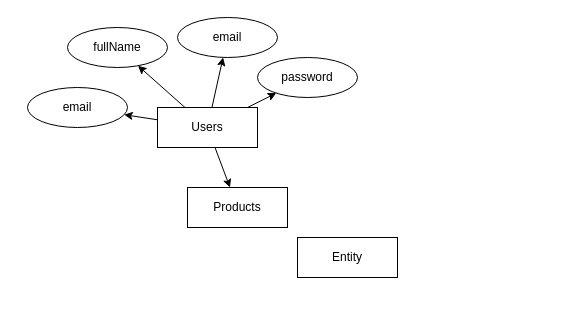
Earlier version of the draw.io diagram architecture/entities.drawio (Grupo-9-MisionTic/Jtech). Source tidied: cells renumbered, new cells numbered last; positions are measured from the earlier drawing's top-left corner, leaving out a move shared by most shapes. Both pictures are drawn from the tidied source at 100%, with x=0, y=0 at pixel (27, 17).
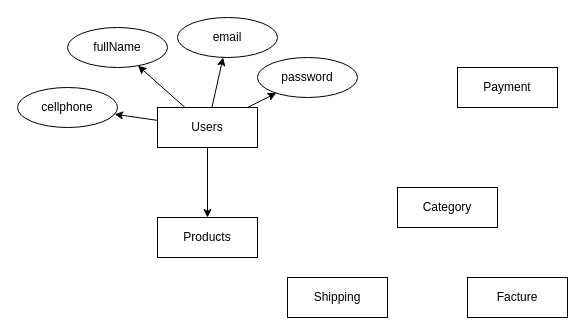
The same page after the edit.

Diff of the diagram source:
```diff
@@
 <mxGraphModel>
   <root>
     <mxCell id="0" />
     <mxCell id="1" parent="0" />
     <mxCell id="2" style="edgeStyle=none;html=1;" parent="1" edge="1" source="7" target="9">
       <mxGeometry relative="1" as="geometry" />
     </mxCell>
     <mxCell id="3" style="edgeStyle=none;html=1;" parent="1" edge="1" source="7" target="10">
       <mxGeometry relative="1" as="geometry" />
     </mxCell>
     <mxCell id="4" style="edgeStyle=none;html=1;" parent="1" edge="1" source="7" target="11">
       <mxGeometry relative="1" as="geometry" />
     </mxCell>
     <mxCell id="5" style="edgeStyle=none;html=1;" parent="1" edge="1" source="7" target="12">
       <mxGeometry relative="1" as="geometry" />
     </mxCell>
     <mxCell id="6" style="edgeStyle=none;html=1;" parent="1" edge="1" source="7" target="13">
       <mxGeometry relative="1" as="geometry" />
     </mxCell>
     <mxCell id="7" value="Users" style="whiteSpace=wrap;html=1;align=center;" parent="1" vertex="1">
       <mxGeometry x="130" y="90" width="100" height="40" as="geometry" />
     </mxCell>
-    <mxCell id="8" value="Entity" style="whiteSpace=wrap;html=1;align=center;" parent="1" vertex="1">
-      <mxGeometry x="270" y="220" width="100" height="40" as="geometry" />
+    <mxCell id="8" value="Category" style="whiteSpace=wrap;html=1;align=center;" parent="1" vertex="1">
+      <mxGeometry x="370" y="170" width="100" height="40" as="geometry" />
     </mxCell>
     <mxCell id="9" value="Products" style="whiteSpace=wrap;html=1;align=center;" parent="1" vertex="1">
-      <mxGeometry x="160" y="170" width="100" height="40" as="geometry" />
+      <mxGeometry x="130" y="200" width="100" height="40" as="geometry" />
     </mxCell>
     <mxCell id="10" value="fullName" style="ellipse;whiteSpace=wrap;html=1;align=center;" parent="1" vertex="1">
       <mxGeometry x="40" y="10" width="100" height="40" as="geometry" />
     </mxCell>
     <mxCell id="11" value="email" style="ellipse;whiteSpace=wrap;html=1;align=center;" parent="1" vertex="1">
       <mxGeometry x="150" width="100" height="40" as="geometry" />
     </mxCell>
     <mxCell id="12" value="password" style="ellipse;whiteSpace=wrap;html=1;align=center;" parent="1" vertex="1">
       <mxGeometry x="230" y="40" width="100" height="40" as="geometry" />
     </mxCell>
-    <mxCell id="13" value="email" style="ellipse;whiteSpace=wrap;html=1;align=center;" parent="1" vertex="1">
-      <mxGeometry y="70" width="100" height="40" as="geometry" />
+    <mxCell id="13" value="cellphone" style="ellipse;whiteSpace=wrap;html=1;align=center;" parent="1" vertex="1">
+      <mxGeometry x="-10" y="70" width="100" height="40" as="geometry" />
     </mxCell>
+    <mxCell id="14" value="Payment" style="whiteSpace=wrap;html=1;align=center;" parent="1" vertex="1">
+      <mxGeometry x="430" y="50" width="100" height="40" as="geometry" />
+    </mxCell>
+    <mxCell id="15" value="Shipping" style="whiteSpace=wrap;html=1;align=center;" parent="1" vertex="1">
+      <mxGeometry x="260" y="260" width="100" height="40" as="geometry" />
+    </mxCell>
+    <mxCell id="16" value="Facture" style="whiteSpace=wrap;html=1;align=center;" parent="1" vertex="1">
+      <mxGeometry x="440" y="260" width="100" height="40" as="geometry" />
+    </mxCell>
   </root>
 </mxGraphModel>
```
